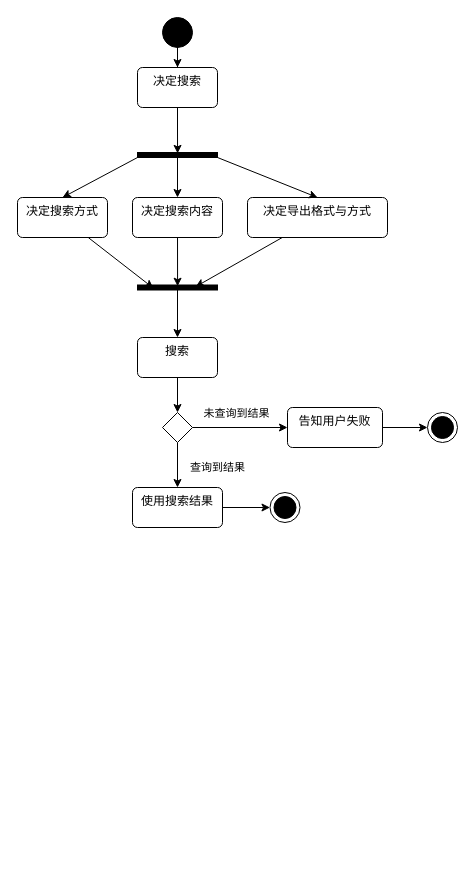
Earlier version of the draw.io diagram UML活动图查询.drawio (icemeowzhi/uml). Source tidied: cells renumbered, new cells numbered last; positions are measured from the earlier drawing's top-left corner, leaving out a move shared by most shapes. Both pictures are drawn from the tidied source at 100%, with x=0, y=0 at pixel (17, 17).
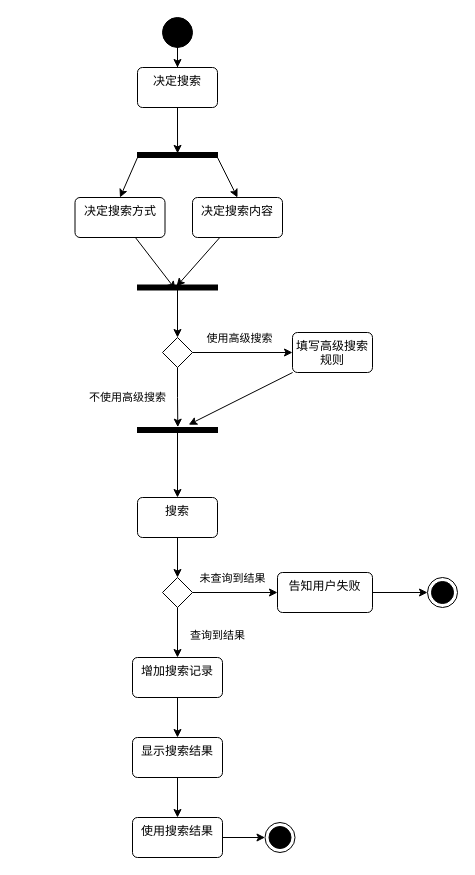
The same diagram, later.

Commit message:
更新UML活动图查询.drawio

The change refers to these unchanged cells:
```xml
<mxCell id="27" style="html=1;points=[];perimeter=orthogonalPerimeter;fillColor=strokeColor;direction=south;" parent="1" vertex="1">
  <mxGeometry x="120" y="135" width="80" height="5" as="geometry" />
</mxCell>
<mxCell id="29" style="html=1;points=[];perimeter=orthogonalPerimeter;fillColor=strokeColor;direction=south;" parent="1" vertex="1">
  <mxGeometry x="120" y="267.5" width="80" height="5" as="geometry" />
</mxCell>
```

The edit, as a diff of the source:
```diff
@@
-    <mxCell id="4" style="rounded=0;jettySize=auto;html=1;entryX=0.243;entryY=0.499;entryDx=0;entryDy=0;entryPerimeter=0;" parent="1" edge="1" source="5" target="29">
+    <mxCell id="4" style="rounded=0;jettySize=auto;html=1;entryX=0.3;entryY=0.513;entryDx=0;entryDy=0;entryPerimeter=0;" parent="1" edge="1" source="5" target="29">
       <mxGeometry relative="1" as="geometry" />
     </mxCell>
     <mxCell id="5" value="决定搜索内容" style="html=1;align=center;verticalAlign=top;rounded=1;absoluteArcSize=1;arcSize=10;dashed=0;whiteSpace=wrap;" parent="1" vertex="1">
-      <mxGeometry x="115" y="180" width="90" height="40" as="geometry" />
+      <mxGeometry x="175" y="180" width="90" height="40" as="geometry" />
     </mxCell>
-    <mxCell id="6" style="rounded=0;jettySize=auto;html=1;entryX=0.338;entryY=0.273;entryDx=0;entryDy=0;entryPerimeter=0;" parent="1" edge="1" source="7" target="29">
-      <mxGeometry relative="1" as="geometry" />
-    </mxCell>
-    <mxCell id="7" value="决定导出格式与方式" style="html=1;align=center;verticalAlign=top;rounded=1;absoluteArcSize=1;arcSize=10;dashed=0;whiteSpace=wrap;" parent="1" vertex="1">
-      <mxGeometry x="230" y="180" width="140" height="40" as="geometry" />
-    </mxCell>
-    <mxCell id="8" style="edgeStyle=orthogonalEdgeStyle;rounded=0;jettySize=auto;html=1;entryX=0;entryY=0.5;entryDx=0;entryDy=0;" parent="1" edge="1" source="9" target="21">
+    <mxCell id="8" style="edgeStyle=orthogonalEdgeStyle;rounded=0;jettySize=auto;html=1;entryX=0;entryY=0.5;entryDx=0;entryDy=0;" parent="1" edge="1" source="32" target="21">
       <mxGeometry relative="1" as="geometry" />
     </mxCell>
+    <mxCell id="30" style="edgeStyle=orthogonalEdgeStyle;rounded=0;jettySize=auto;html=1;exitX=0.5;exitY=1;exitDx=0;exitDy=0;" parent="1" edge="1" source="33" target="32">
+      <mxGeometry relative="1" as="geometry" />
+    </mxCell>
+    <mxCell id="31" style="edgeStyle=orthogonalEdgeStyle;rounded=0;jettySize=auto;html=1;" parent="1" edge="1" source="9" target="33">
+      <mxGeometry relative="1" as="geometry" />
+    </mxCell>
-    <mxCell id="9" value="使用搜索结果" style="html=1;align=center;verticalAlign=top;rounded=1;absoluteArcSize=1;arcSize=10;dashed=0;whiteSpace=wrap;" parent="1" vertex="1">
-      <mxGeometry x="115" y="470" width="90" height="40" as="geometry" />
+    <mxCell id="9" value="增加搜索记录" style="html=1;align=center;verticalAlign=top;rounded=1;absoluteArcSize=1;arcSize=10;dashed=0;whiteSpace=wrap;" parent="1" vertex="1">
+      <mxGeometry x="115" y="640" width="90" height="40" as="geometry" />
     </mxCell>
@@
     <mxCell id="11" value="告知用户失败" style="html=1;align=center;verticalAlign=top;rounded=1;absoluteArcSize=1;arcSize=10;dashed=0;whiteSpace=wrap;" parent="1" vertex="1">
-      <mxGeometry x="270" y="390" width="95" height="40" as="geometry" />
+      <mxGeometry x="260" y="555" width="95" height="40" as="geometry" />
     </mxCell>
@@
     <mxCell id="13" value="搜索" style="html=1;align=center;verticalAlign=top;rounded=1;absoluteArcSize=1;arcSize=10;dashed=0;whiteSpace=wrap;" parent="1" vertex="1">
-      <mxGeometry x="120" y="320" width="80" height="40" as="geometry" />
+      <mxGeometry x="120" y="480" width="80" height="40" as="geometry" />
     </mxCell>
@@
     <mxCell id="17" style="rhombus;" parent="1" vertex="1">
-      <mxGeometry x="145" y="395" width="30" height="30" as="geometry" />
+      <mxGeometry x="145" y="560" width="30" height="30" as="geometry" />
     </mxCell>
-    <mxCell id="18" style="rounded=0;jettySize=auto;html=1;entryX=0.624;entryY=0.802;entryDx=0;entryDy=0;entryPerimeter=0;" parent="1" edge="1" source="19" target="29">
+    <mxCell id="18" style="rounded=0;jettySize=auto;html=1;entryX=0.9;entryY=0.525;entryDx=0;entryDy=0;entryPerimeter=0;" parent="1" edge="1" source="19" target="29">
       <mxGeometry relative="1" as="geometry" />
     </mxCell>
     <mxCell id="19" value="决定搜索方式" style="html=1;align=center;verticalAlign=top;rounded=1;absoluteArcSize=1;arcSize=10;dashed=0;whiteSpace=wrap;" parent="1" vertex="1">
-      <mxGeometry y="180" width="90" height="40" as="geometry" />
+      <mxGeometry x="57.5" y="180" width="90" height="40" as="geometry" />
     </mxCell>
     <mxCell id="20" style="ellipse;html=1;shape=endState;fillColor=strokeColor;" parent="1" vertex="1">
-      <mxGeometry x="410" y="395" width="30" height="30" as="geometry" />
+      <mxGeometry x="410" y="560" width="30" height="30" as="geometry" />
     </mxCell>
     <mxCell id="21" style="ellipse;html=1;shape=endState;fillColor=strokeColor;" parent="1" vertex="1">
-      <mxGeometry x="252.5" y="475" width="30" height="30" as="geometry" />
+      <mxGeometry x="247.5" y="805" width="30" height="30" as="geometry" />
     </mxCell>
@@
-    <mxCell id="26" style="rounded=0;jettySize=auto;html=1;entryX=0.5;entryY=0;entryDx=0;entryDy=0;" parent="1" edge="1" source="27" target="7">
-      <mxGeometry relative="1" as="geometry" />
-    </mxCell>
@@
-    <mxCell id="28" style="edgeStyle=orthogonalEdgeStyle;rounded=0;jettySize=auto;html=1;entryX=0.5;entryY=0;entryDx=0;entryDy=0;" parent="1" edge="1" source="29" target="13">
+    <mxCell id="28" style="edgeStyle=orthogonalEdgeStyle;rounded=0;jettySize=auto;html=1;" parent="1" edge="1" source="29" target="37">
       <mxGeometry relative="1" as="geometry" />
     </mxCell>
@@
+    <mxCell id="32" value="使用搜索结果" style="html=1;align=center;verticalAlign=top;rounded=1;absoluteArcSize=1;arcSize=10;dashed=0;whiteSpace=wrap;" parent="1" vertex="1">
+      <mxGeometry x="115" y="800" width="90" height="40" as="geometry" />
+    </mxCell>
+    <mxCell id="33" value="显示搜索结果" style="html=1;align=center;verticalAlign=top;rounded=1;absoluteArcSize=1;arcSize=10;dashed=0;whiteSpace=wrap;" parent="1" vertex="1">
+      <mxGeometry x="115" y="720" width="90" height="40" as="geometry" />
+    </mxCell>
+    <mxCell id="34" style="edgeStyle=orthogonalEdgeStyle;rounded=0;jettySize=auto;html=1;" parent="1" edge="1" source="37" target="39">
+      <mxGeometry relative="1" as="geometry" />
+    </mxCell>
+    <mxCell id="35" value="使用高级搜索" style="edgeLabel;html=1;align=center;verticalAlign=middle;" parent="34" vertex="1">
+      <mxGeometry x="-0.21" y="-1" relative="1" as="geometry">
+        <mxPoint x="6" y="-16" as="offset" />
+      </mxGeometry>
+    </mxCell>
+    <mxCell id="36" value="不使用高级搜索" style="edgeStyle=orthogonalEdgeStyle;rounded=0;jettySize=auto;html=1;entryX=-0.067;entryY=0.496;entryDx=0;entryDy=0;entryPerimeter=0;" parent="1" edge="1" source="37" target="41">
+      <mxGeometry y="-50" relative="1" as="geometry" />
+    </mxCell>
+    <mxCell id="37" style="rhombus;" parent="1" vertex="1">
+      <mxGeometry x="145" y="320" width="30" height="30" as="geometry" />
+    </mxCell>
+    <mxCell id="38" style="rounded=0;jettySize=auto;html=1;entryX=-0.567;entryY=0.36;entryDx=0;entryDy=0;entryPerimeter=0;" parent="1" edge="1" source="39" target="41">
+      <mxGeometry relative="1" as="geometry" />
+    </mxCell>
+    <mxCell id="39" value="填写高级搜索规则" style="html=1;align=center;verticalAlign=top;rounded=1;absoluteArcSize=1;arcSize=10;dashed=0;whiteSpace=wrap;" parent="1" vertex="1">
+      <mxGeometry x="275" y="315" width="80" height="40" as="geometry" />
+    </mxCell>
+    <mxCell id="40" style="edgeStyle=orthogonalEdgeStyle;rounded=0;jettySize=auto;html=1;" parent="1" edge="1" source="41" target="13">
+      <mxGeometry relative="1" as="geometry" />
+    </mxCell>
+    <mxCell id="41" style="html=1;points=[];perimeter=orthogonalPerimeter;fillColor=strokeColor;direction=south;" parent="1" vertex="1">
+      <mxGeometry x="120" y="410" width="80" height="5" as="geometry" />
+    </mxCell>
```
